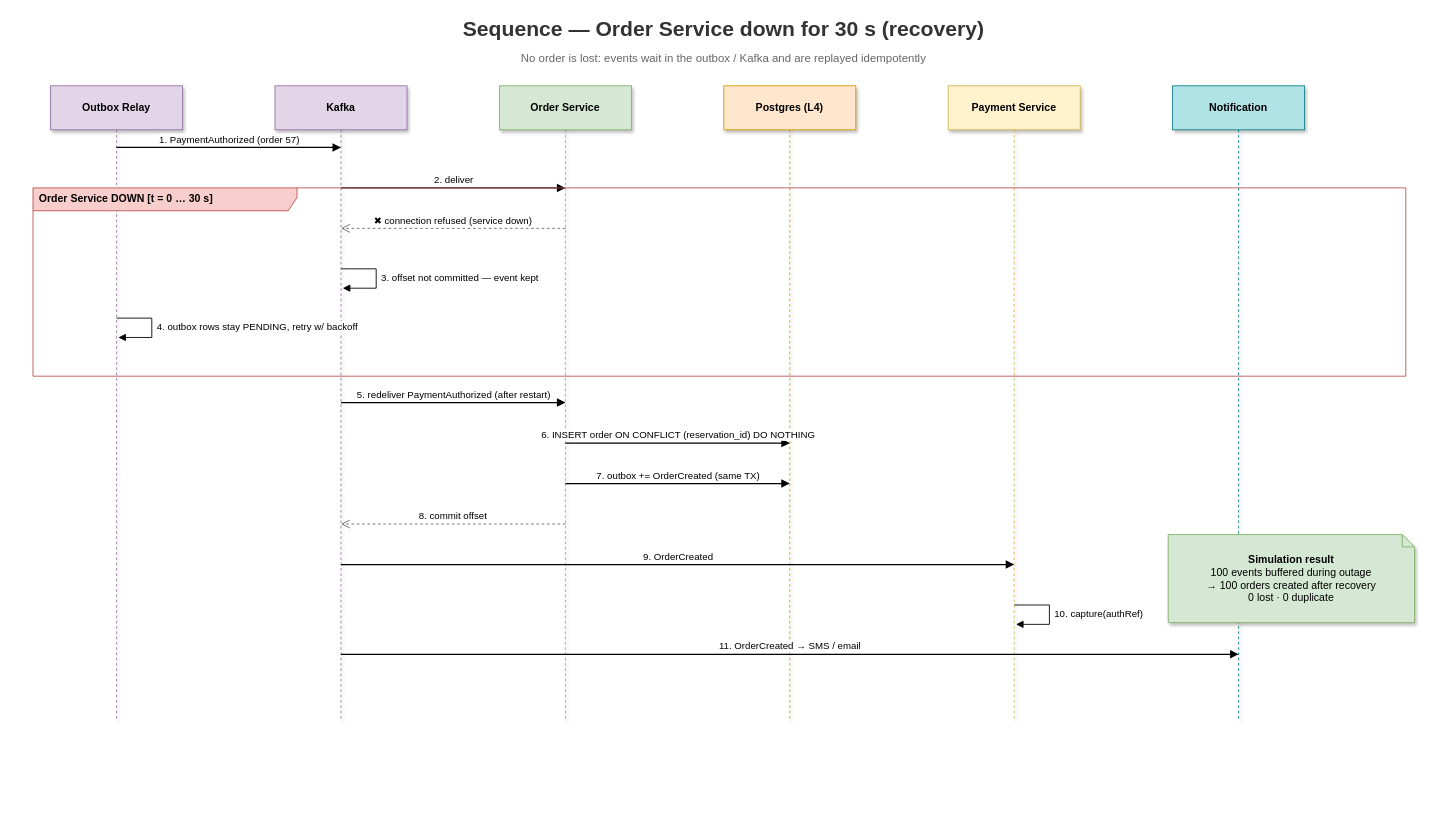
This is 03_LLD/drawio/seq_order_recovery.drawio from sivaangayarkanni/SalesStrom-Ecommerce-platform, a draw.io file, before an edit. Source tidied: cells renumbered, new cells numbered last; positions are measured from the earlier drawing's top-left corner, leaving out a move shared by most shapes. Both pictures are drawn from the tidied source at 88%, with x=0, y=0 at pixel (15, 15).
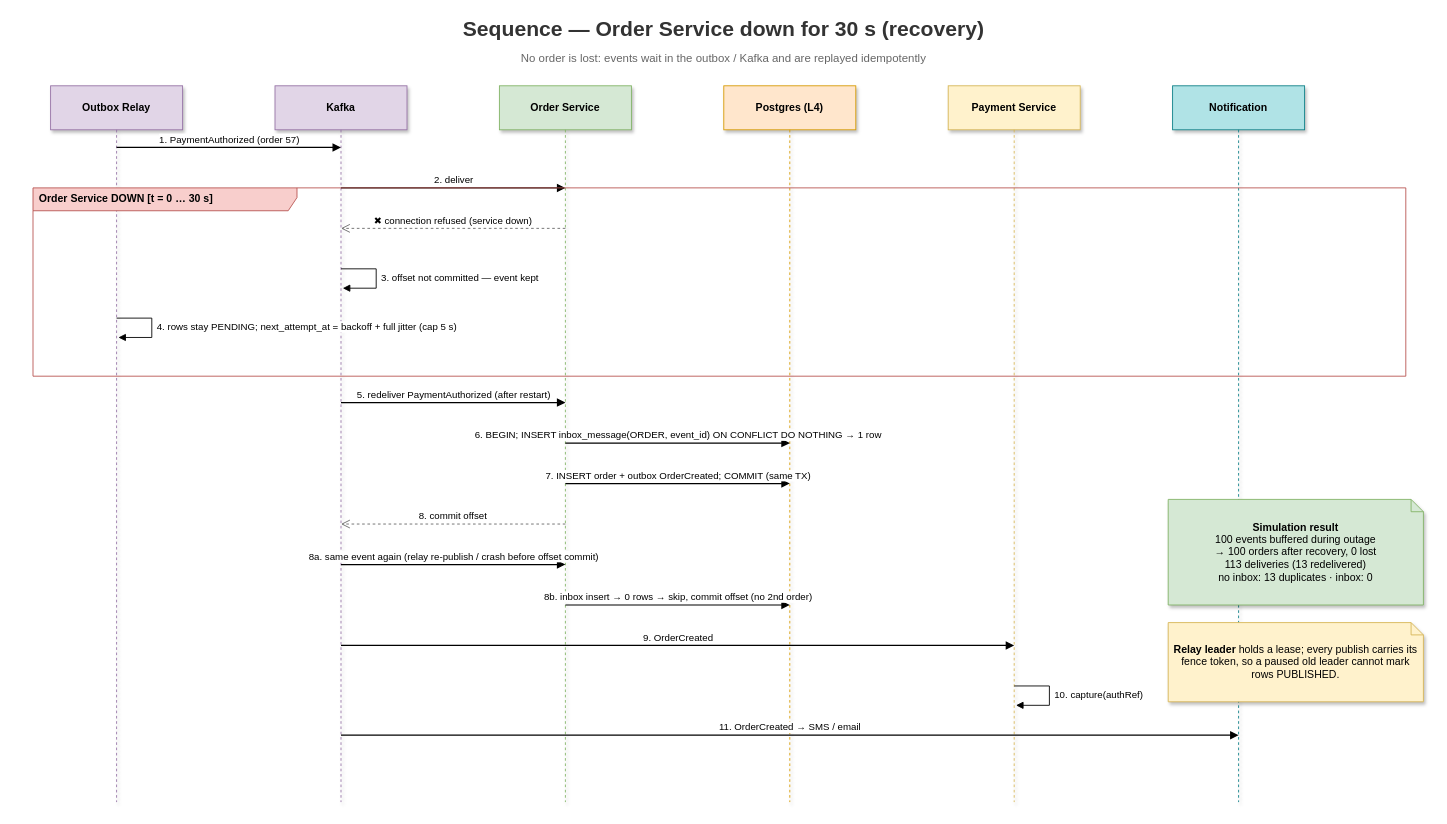
The same page after the edit.

Change to the diagram source:
```diff
@@
     <mxCell id="3" value="Outbox Relay" style="shape=umlLifeline;perimeter=lifelinePerimeter;whiteSpace=wrap;html=1;size=50;shadow=1;fontSize=12;fontStyle=1;fillColor=#e1d5e7;strokeColor=#9673a6;" parent="1" vertex="1">
-      <mxGeometry x="40" y="80" width="150" height="722" as="geometry" />
+      <mxGeometry x="40" y="80" width="150" height="814" as="geometry" />
     </mxCell>
     <mxCell id="4" value="Kafka" style="shape=umlLifeline;perimeter=lifelinePerimeter;whiteSpace=wrap;html=1;size=50;shadow=1;fontSize=12;fontStyle=1;fillColor=#e1d5e7;strokeColor=#9673a6;" parent="1" vertex="1">
-      <mxGeometry x="295" y="80" width="150" height="722" as="geometry" />
+      <mxGeometry x="295" y="80" width="150" height="814" as="geometry" />
     </mxCell>
     <mxCell id="5" value="Order Service" style="shape=umlLifeline;perimeter=lifelinePerimeter;whiteSpace=wrap;html=1;size=50;shadow=1;fontSize=12;fontStyle=1;fillColor=#d5e8d4;strokeColor=#82b366;" parent="1" vertex="1">
-      <mxGeometry x="550" y="80" width="150" height="722" as="geometry" />
+      <mxGeometry x="550" y="80" width="150" height="814" as="geometry" />
     </mxCell>
     <mxCell id="6" value="Postgres (L4)" style="shape=umlLifeline;perimeter=lifelinePerimeter;whiteSpace=wrap;html=1;size=50;shadow=1;fontSize=12;fontStyle=1;fillColor=#ffe6cc;strokeColor=#d79b00;" parent="1" vertex="1">
-      <mxGeometry x="805" y="80" width="150" height="722" as="geometry" />
+      <mxGeometry x="805" y="80" width="150" height="814" as="geometry" />
     </mxCell>
     <mxCell id="7" value="Payment Service" style="shape=umlLifeline;perimeter=lifelinePerimeter;whiteSpace=wrap;html=1;size=50;shadow=1;fontSize=12;fontStyle=1;fillColor=#fff2cc;strokeColor=#d6b656;" parent="1" vertex="1">
-      <mxGeometry x="1060" y="80" width="150" height="722" as="geometry" />
+      <mxGeometry x="1060" y="80" width="150" height="814" as="geometry" />
     </mxCell>
     <mxCell id="8" value="Notification" style="shape=umlLifeline;perimeter=lifelinePerimeter;whiteSpace=wrap;html=1;size=50;shadow=1;fontSize=12;fontStyle=1;fillColor=#b0e3e6;strokeColor=#0e8088;" parent="1" vertex="1">
-      <mxGeometry x="1315" y="80" width="150" height="722" as="geometry" />
+      <mxGeometry x="1315" y="80" width="150" height="814" as="geometry" />
     </mxCell>
@@
-    <mxCell id="13" value="4. outbox rows stay PENDING, retry w/ backoff" style="html=1;align=left;spacingLeft=4;endArrow=block;rounded=0;fontSize=11;labelBackgroundColor=#ffffff;" parent="1" edge="1">
+    <mxCell id="13" value="4. rows stay PENDING; next_attempt_at = backoff + full jitter (cap 5 s)" style="html=1;align=left;spacingLeft=4;endArrow=block;rounded=0;fontSize=11;labelBackgroundColor=#ffffff;" parent="1" edge="1">
       <mxGeometry relative="1" as="geometry">
         <mxPoint x="115" y="344" as="sourcePoint" />
         <mxPoint x="117" y="366" as="targetPoint" />
         <Array as="points">
           <mxPoint x="155" y="344" />
           <mxPoint x="155" y="366" />
         </Array>
       </mxGeometry>
     </mxCell>
@@
-    <mxCell id="16" value="6. INSERT order ON CONFLICT (reservation_id) DO NOTHING" style="html=1;verticalAlign=bottom;fontSize=11;labelBackgroundColor=#ffffff;endArrow=block;endFill=1;strokeWidth=1.4;" parent="1" edge="1">
+    <mxCell id="16" value="6. BEGIN; INSERT inbox_message(ORDER, event_id) ON CONFLICT DO NOTHING → 1 row" style="html=1;verticalAlign=bottom;fontSize=11;labelBackgroundColor=#ffffff;endArrow=block;endFill=1;strokeWidth=1.4;" parent="1" edge="1">
       <mxGeometry relative="1" as="geometry">
         <mxPoint x="625" y="486" as="sourcePoint" />
         <mxPoint x="880" y="486" as="targetPoint" />
       </mxGeometry>
     </mxCell>
-    <mxCell id="17" value="7. outbox += OrderCreated (same TX)" style="html=1;verticalAlign=bottom;fontSize=11;labelBackgroundColor=#ffffff;endArrow=block;endFill=1;strokeWidth=1.4;" parent="1" edge="1">
+    <mxCell id="17" value="7. INSERT order + outbox OrderCreated; COMMIT (same TX)" style="html=1;verticalAlign=bottom;fontSize=11;labelBackgroundColor=#ffffff;endArrow=block;endFill=1;strokeWidth=1.4;" parent="1" edge="1">
       <mxGeometry relative="1" as="geometry">
         <mxPoint x="625" y="532" as="sourcePoint" />
         <mxPoint x="880" y="532" as="targetPoint" />
       </mxGeometry>
     </mxCell>
@@
-    <mxCell id="19" value="9. OrderCreated" style="html=1;verticalAlign=bottom;fontSize=11;labelBackgroundColor=#ffffff;endArrow=block;endFill=1;strokeWidth=1.4;" parent="1" edge="1">
+    <mxCell id="19" value="8a. same event again (relay re-publish / crash before offset commit)" style="html=1;verticalAlign=bottom;fontSize=11;labelBackgroundColor=#ffffff;endArrow=block;endFill=1;strokeWidth=1.4;" parent="1" edge="1">
       <mxGeometry relative="1" as="geometry">
         <mxPoint x="370" y="624" as="sourcePoint" />
-        <mxPoint x="1135" y="624" as="targetPoint" />
+        <mxPoint x="625" y="624" as="targetPoint" />
       </mxGeometry>
     </mxCell>
-    <mxCell id="20" value="10. capture(authRef)" style="html=1;align=left;spacingLeft=4;endArrow=block;rounded=0;fontSize=11;labelBackgroundColor=#ffffff;" parent="1" edge="1">
+    <mxCell id="20" value="8b. inbox insert → 0 rows → skip, commit offset (no 2nd order)" style="html=1;verticalAlign=bottom;fontSize=11;labelBackgroundColor=#ffffff;endArrow=block;endFill=1;strokeWidth=1.4;" parent="1" edge="1">
       <mxGeometry relative="1" as="geometry">
-        <mxPoint x="1135" y="670" as="sourcePoint" />
-        <mxPoint x="1137" y="692" as="targetPoint" />
-        <Array as="points">
-          <mxPoint x="1175" y="670" />
-          <mxPoint x="1175" y="692" />
-        </Array>
+        <mxPoint x="625" y="670" as="sourcePoint" />
+        <mxPoint x="880" y="670" as="targetPoint" />
       </mxGeometry>
     </mxCell>
-    <mxCell id="21" value="11. OrderCreated → SMS / email" style="html=1;verticalAlign=bottom;fontSize=11;labelBackgroundColor=#ffffff;endArrow=block;endFill=1;strokeWidth=1.4;" parent="1" edge="1">
+    <mxCell id="21" value="9. OrderCreated" style="html=1;verticalAlign=bottom;fontSize=11;labelBackgroundColor=#ffffff;endArrow=block;endFill=1;strokeWidth=1.4;" parent="1" edge="1">
       <mxGeometry relative="1" as="geometry">
-        <mxPoint x="370" y="726" as="sourcePoint" />
-        <mxPoint x="1390" y="726" as="targetPoint" />
+        <mxPoint x="370" y="716" as="sourcePoint" />
+        <mxPoint x="1135" y="716" as="targetPoint" />
       </mxGeometry>
     </mxCell>
-    <mxCell id="22" value="&lt;b&gt;Simulation result&lt;/b&gt;&lt;br&gt;100 events buffered during outage&lt;br&gt;→ 100 orders created after recovery&lt;br&gt;0 lost · 0 duplicate" style="shape=note;whiteSpace=wrap;html=1;size=14;shadow=1;fontSize=12;fillColor=#d5e8d4;strokeColor=#82b366;" parent="1" vertex="1">
-      <mxGeometry x="1310" y="590" width="280" height="100" as="geometry" />
-    </mxCell>
+    <mxCell id="23" value="10. capture(authRef)" style="html=1;align=left;spacingLeft=4;endArrow=block;rounded=0;fontSize=11;labelBackgroundColor=#ffffff;" parent="1" edge="1">
+      <mxGeometry relative="1" as="geometry">
+        <mxPoint x="1135" y="762" as="sourcePoint" />
+        <mxPoint x="1137" y="784" as="targetPoint" />
+        <Array as="points">
+          <mxPoint x="1175" y="762" />
+          <mxPoint x="1175" y="784" />
+        </Array>
+      </mxGeometry>
+    </mxCell>
+    <mxCell id="24" value="11. OrderCreated → SMS / email" style="html=1;verticalAlign=bottom;fontSize=11;labelBackgroundColor=#ffffff;endArrow=block;endFill=1;strokeWidth=1.4;" parent="1" edge="1">
+      <mxGeometry relative="1" as="geometry">
+        <mxPoint x="370" y="818" as="sourcePoint" />
+        <mxPoint x="1390" y="818" as="targetPoint" />
+      </mxGeometry>
+    </mxCell>
+    <mxCell id="25" value="&lt;b&gt;Simulation result&lt;/b&gt;&lt;br&gt;100 events buffered during outage&lt;br&gt;→ 100 orders after recovery, 0 lost&lt;br&gt;113 deliveries (13 redelivered)&lt;br&gt;no inbox: 13 duplicates · inbox: 0" style="shape=note;whiteSpace=wrap;html=1;size=14;shadow=1;fontSize=12;fillColor=#d5e8d4;strokeColor=#82b366;" parent="1" vertex="1">
+      <mxGeometry x="1310" y="550" width="290" height="120" as="geometry" />
+    </mxCell>
+    <mxCell id="26" value="&lt;b&gt;Relay leader&lt;/b&gt; holds a lease; every publish carries its fence token, so a paused old leader cannot mark rows PUBLISHED." style="shape=note;whiteSpace=wrap;html=1;size=14;shadow=1;fontSize=12;fillColor=#fff2cc;strokeColor=#d6b656;" parent="1" vertex="1">
+      <mxGeometry x="1310" y="690" width="290" height="90" as="geometry" />
+    </mxCell>
```
